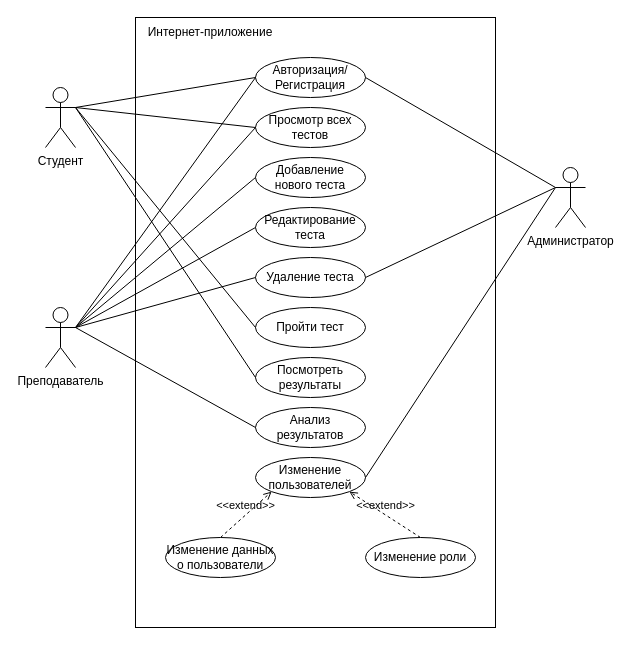
The draw.io diagram 6sem/BD/Lab1/UML.drawio in DimaXDD/Course3, before the edit. Source tidied: cells renumbered, new cells numbered last; positions are measured from the earlier drawing's top-left corner, leaving out a move shared by most shapes. Both pictures are drawn from the tidied source at 100%, with x=0, y=0 at pixel (45, 17).
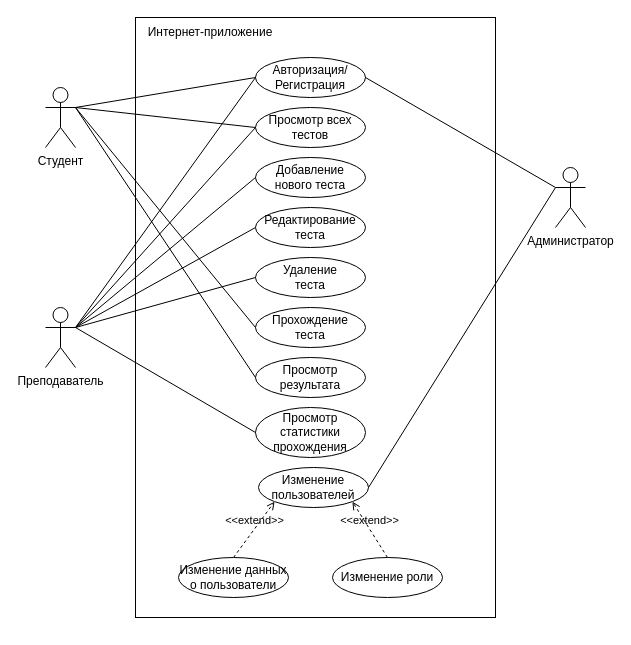
Above is the later version.

The change refers to these unchanged cells:
```xml
<mxCell id="4" value="Преподаватель" style="shape=umlActor;verticalLabelPosition=bottom;verticalAlign=top;html=1;" parent="1" vertex="1">
  <mxGeometry y="290" width="30" height="60" as="geometry" />
</mxCell>
<mxCell id="5" value="Администратор" style="shape=umlActor;verticalLabelPosition=bottom;verticalAlign=top;html=1;" parent="1" vertex="1">
  <mxGeometry x="510" y="150" width="30" height="60" as="geometry" />
</mxCell>
```

Diff of the diagram source:
```diff
@@
     <mxCell id="2" style="rounded=0;whiteSpace=wrap;html=1;" parent="1" vertex="1">
-      <mxGeometry x="90" width="360" height="610" as="geometry" />
+      <mxGeometry x="90" width="360" height="600" as="geometry" />
     </mxCell>
@@
-    <mxCell id="9" value="Пройти тест" style="ellipse;whiteSpace=wrap;html=1;" parent="1" vertex="1">
+    <mxCell id="9" value="Прохождение&lt;br&gt;теста" style="ellipse;whiteSpace=wrap;html=1;" parent="1" vertex="1">
       <mxGeometry x="210" y="290" width="110" height="40" as="geometry" />
     </mxCell>
-    <mxCell id="10" value="Посмотреть результаты" style="ellipse;whiteSpace=wrap;html=1;" parent="1" vertex="1">
+    <mxCell id="10" value="Просмотр&lt;br&gt;результата" style="ellipse;whiteSpace=wrap;html=1;" parent="1" vertex="1">
       <mxGeometry x="210" y="340" width="110" height="40" as="geometry" />
     </mxCell>
@@
-    <mxCell id="12" value="Анализ результатов" style="ellipse;whiteSpace=wrap;html=1;" parent="1" vertex="1">
-      <mxGeometry x="210" y="390" width="110" height="40" as="geometry" />
+    <mxCell id="12" value="Просмотр статистики&lt;br&gt;прохождения" style="ellipse;whiteSpace=wrap;html=1;" parent="1" vertex="1">
+      <mxGeometry x="210" y="390" width="110" height="50" as="geometry" />
     </mxCell>
     <mxCell id="13" value="Изменение пользователей" style="ellipse;whiteSpace=wrap;html=1;" parent="1" vertex="1">
-      <mxGeometry x="210" y="440" width="110" height="40" as="geometry" />
+      <mxGeometry x="213" y="450" width="110" height="40" as="geometry" />
     </mxCell>
@@
     <mxCell id="16" value="Изменение роли" style="ellipse;whiteSpace=wrap;html=1;" parent="1" vertex="1">
-      <mxGeometry x="320" y="520" width="110" height="40" as="geometry" />
+      <mxGeometry x="287" y="540" width="110" height="40" as="geometry" />
     </mxCell>
     <mxCell id="17" value="Изменение данных о пользователи" style="ellipse;whiteSpace=wrap;html=1;" parent="1" vertex="1">
-      <mxGeometry x="120" y="520" width="110" height="40" as="geometry" />
+      <mxGeometry x="133" y="540" width="110" height="40" as="geometry" />
     </mxCell>
@@
-    <mxCell id="30" value="Удаление теста" style="ellipse;whiteSpace=wrap;html=1;" parent="1" vertex="1">
+    <mxCell id="30" value="Удаление &lt;br&gt;теста" style="ellipse;whiteSpace=wrap;html=1;" parent="1" vertex="1">
       <mxGeometry x="210" y="240" width="110" height="40" as="geometry" />
     </mxCell>
-    <mxCell id="31" style="endArrow=none;html=1;rounded=0;entryX=1;entryY=0.5;entryDx=0;entryDy=0;exitX=0;exitY=0.3333333333333333;exitDx=0;exitDy=0;exitPerimeter=0;" parent="1" edge="1" source="5" target="30">
-      <mxGeometry relative="1" as="geometry" />
-    </mxCell>
-    <mxCell id="32" style="endArrow=none;html=1;rounded=0;entryX=1;entryY=0.3333333333333333;entryDx=0;entryDy=0;exitX=0;exitY=0.5;exitDx=0;exitDy=0;entryPerimeter=0;" parent="1" edge="1" source="30" target="4">
+    <mxCell id="32" style="endArrow=none;html=1;rounded=0;entryX=1;entryY=0.3333333333333333;entryDx=0;entryDy=0;entryPerimeter=0;exitX=0;exitY=0.5;exitDx=0;exitDy=0;" parent="1" edge="1" source="30" target="4">
       <mxGeometry relative="1" as="geometry" />
     </mxCell>
```
